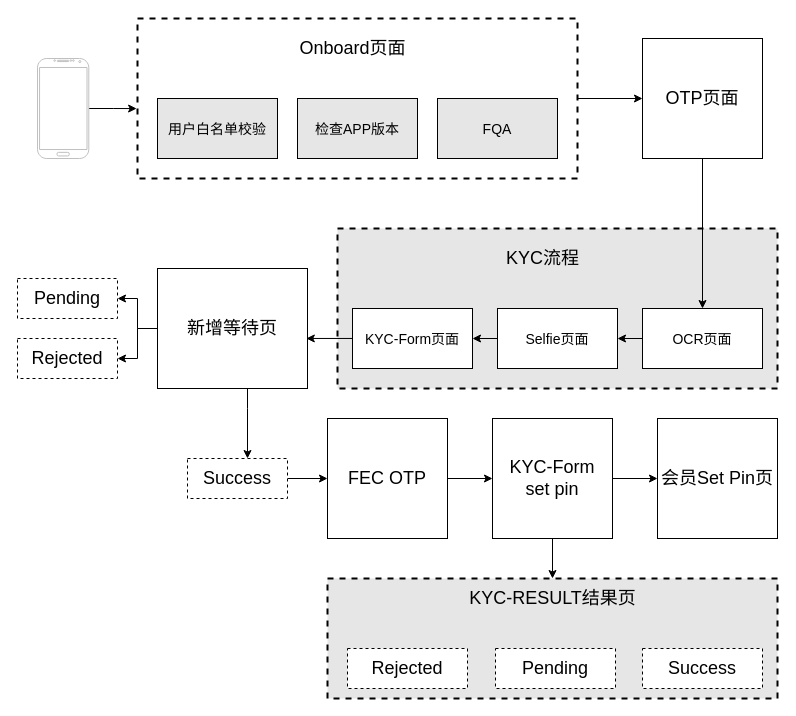
Above: 授信链路.drawio in hjyue1/blog (draw.io), before the change. Source tidied: cells renumbered, new cells numbered last; positions are measured from the earlier drawing's top-left corner, leaving out a move shared by most shapes. Both pictures are drawn from the tidied source at 100%, with x=0, y=0 at pixel (17, 18).
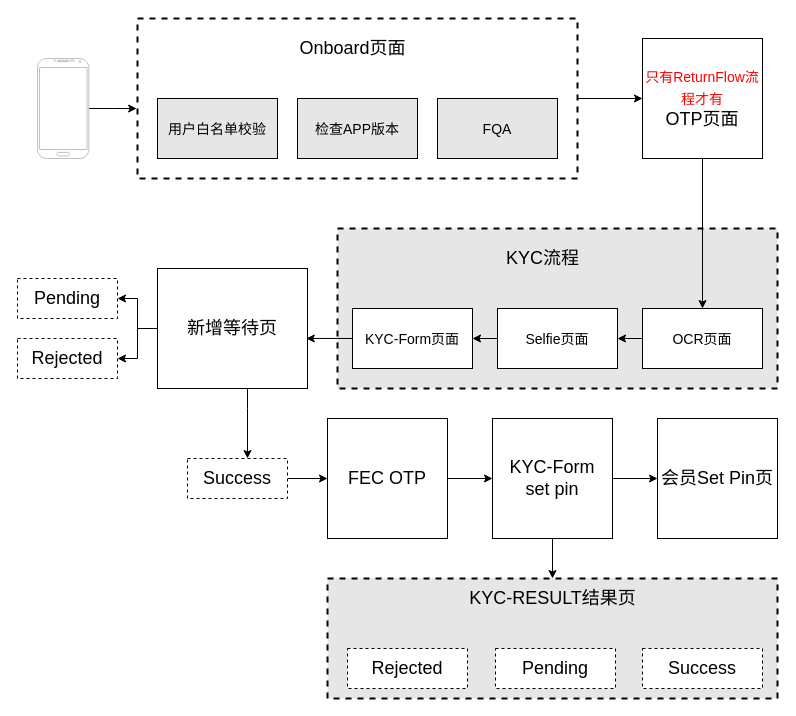
The same page after the edit.

Commit message:
更新授信链路.drawio

Diff of the diagram source:
```diff
@@
-    <mxCell id="4" value="&lt;font style=&quot;font-size: 18px;&quot;&gt;OTP页面&lt;/font&gt;" style="rounded=0;whiteSpace=wrap;html=1;strokeWidth=1;fontSize=18;fillColor=#FFFFFF;" parent="1" vertex="1">
+    <mxCell id="4" value="&lt;font style=&quot;&quot;&gt;&lt;font color=&quot;#ff0000&quot; style=&quot;font-size: 14px;&quot;&gt;只有ReturnFlow流程才有&lt;/font&gt;&lt;br&gt;OTP页面&lt;/font&gt;" style="rounded=0;whiteSpace=wrap;html=1;strokeWidth=1;fontSize=18;fillColor=#FFFFFF;" parent="1" vertex="1">
       <mxGeometry x="625" y="20" width="120" height="120" as="geometry" />
     </mxCell>
```
